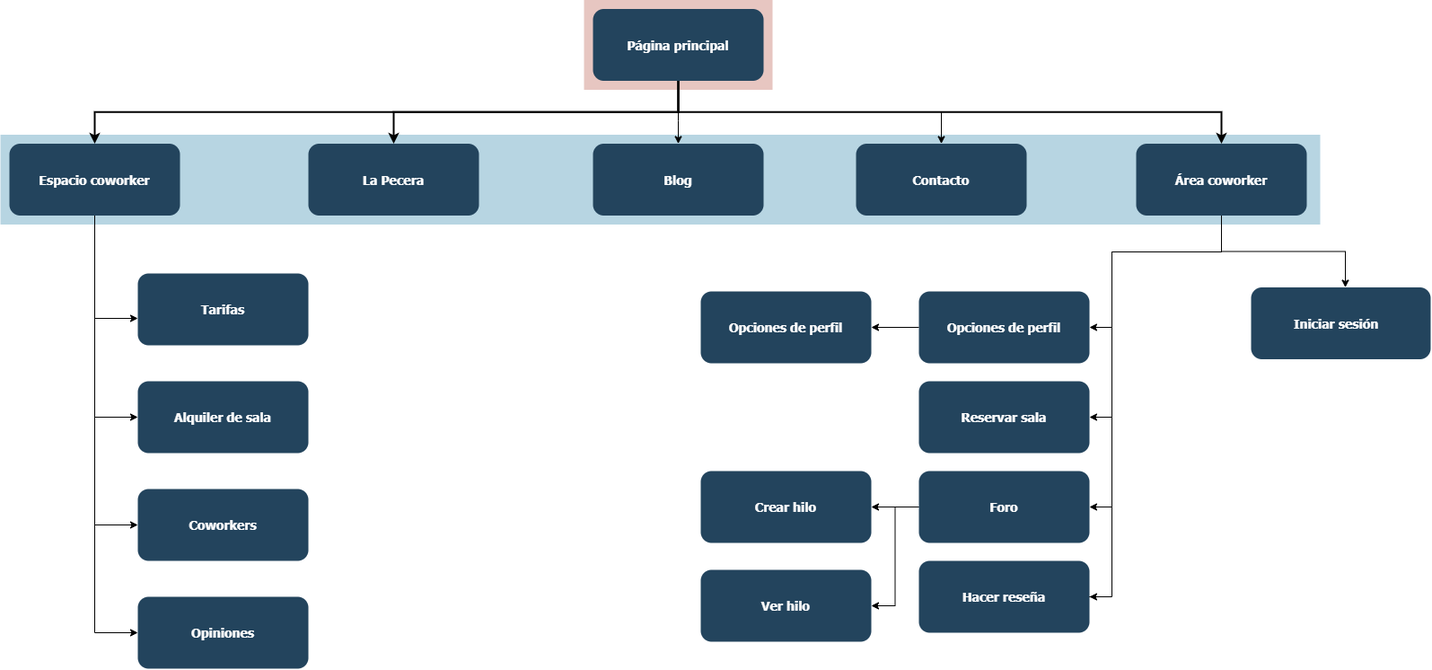
This is img/sitemap.png from mariorodcha/UX-Case-Study-Coworking, a draw.io export, as it was before one commit. Source tidied: cells renumbered, new cells last; positions are measured from the earlier drawing's top-left corner, leaving out a move shared by most shapes. The source it was exported from:
```xml
<mxGraphModel background="#ffffff">
  <root>
    <mxCell id="0" />
    <mxCell id="1" parent="0" />
    <mxCell id="2" style="fillColor=#AE4132;strokeColor=none;opacity=30;" parent="1" vertex="1">
      <mxGeometry x="650" y="-0.5" width="210" height="100" as="geometry" />
    </mxCell>
    <mxCell id="3" style="fillColor=#10739E;strokeColor=none;opacity=30;" parent="1" vertex="1">
      <mxGeometry y="149.5" width="1470" height="100" as="geometry" />
    </mxCell>
    <mxCell id="4" style="edgeStyle=orthogonalEdgeStyle;rounded=0;jettySize=auto;html=1;" parent="1" edge="1" source="6" target="12">
      <mxGeometry relative="1" as="geometry">
        <Array as="points">
          <mxPoint x="755" y="134" />
          <mxPoint x="755" y="134" />
        </Array>
      </mxGeometry>
    </mxCell>
    <mxCell id="5" style="edgeStyle=orthogonalEdgeStyle;rounded=0;jettySize=auto;html=1;" parent="1" edge="1" source="6" target="22">
      <mxGeometry relative="1" as="geometry">
        <Array as="points">
          <mxPoint x="755" y="124" />
          <mxPoint x="1048" y="124" />
        </Array>
      </mxGeometry>
    </mxCell>
    <mxCell id="6" value="Página principal" style="rounded=1;fillColor=#23445D;gradientColor=none;strokeColor=none;fontColor=#FFFFFF;fontStyle=1;fontFamily=Tahoma;fontSize=14;" parent="1" vertex="1">
      <mxGeometry x="660" y="9.5" width="190" height="80" as="geometry" />
    </mxCell>
    <mxCell id="7" style="edgeStyle=orthogonalEdgeStyle;rounded=0;jettySize=auto;html=1;" parent="1" edge="1" source="9" target="10">
      <mxGeometry relative="1" as="geometry" />
    </mxCell>
    <mxCell id="8" style="edgeStyle=orthogonalEdgeStyle;rounded=0;jettySize=auto;html=1;entryX=1;entryY=0.5;entryDx=0;entryDy=0;" parent="1" edge="1" source="9" target="26">
      <mxGeometry relative="1" as="geometry">
        <Array as="points">
          <mxPoint x="1360" y="280" />
          <mxPoint x="1238" y="280" />
          <mxPoint x="1238" y="364" />
        </Array>
      </mxGeometry>
    </mxCell>
    <mxCell id="9" value="Área coworker" style="rounded=1;fillColor=#23445D;gradientColor=none;strokeColor=none;fontColor=#FFFFFF;fontStyle=1;fontFamily=Tahoma;fontSize=14;" parent="1" vertex="1">
      <mxGeometry x="1265" y="159.5" width="190" height="80" as="geometry" />
    </mxCell>
    <mxCell id="10" value="Iniciar sesión" style="rounded=1;fillColor=#23445D;gradientColor=none;strokeColor=none;fontColor=#FFFFFF;fontStyle=1;fontFamily=Tahoma;fontSize=14;" parent="1" vertex="1">
      <mxGeometry x="1403" y="319.5" width="190" height="80" as="geometry" />
    </mxCell>
    <mxCell id="11" style="edgeStyle=elbowEdgeStyle;elbow=vertical;strokeWidth=2;rounded=0;" parent="1" edge="1" source="6" target="9">
      <mxGeometry x="337" y="215.5" as="geometry" />
    </mxCell>
    <mxCell id="12" value="Blog" style="rounded=1;fillColor=#23445D;gradientColor=none;strokeColor=none;fontColor=#FFFFFF;fontStyle=1;fontFamily=Tahoma;fontSize=14;" parent="1" vertex="1">
      <mxGeometry x="660" y="159.5" width="190" height="80" as="geometry" />
    </mxCell>
    <mxCell id="13" value="La Pecera" style="rounded=1;fillColor=#23445D;gradientColor=none;strokeColor=none;fontColor=#FFFFFF;fontStyle=1;fontFamily=Tahoma;fontSize=14;" parent="1" vertex="1">
      <mxGeometry x="343" y="159.5" width="190" height="80" as="geometry" />
    </mxCell>
    <mxCell id="14" style="edgeStyle=orthogonalEdgeStyle;rounded=0;jettySize=auto;html=1;" parent="1" edge="1" source="17" target="19">
      <mxGeometry relative="1" as="geometry">
        <Array as="points">
          <mxPoint x="105" y="354" />
        </Array>
      </mxGeometry>
    </mxCell>
    <mxCell id="15" style="edgeStyle=orthogonalEdgeStyle;rounded=0;jettySize=auto;html=1;" parent="1" edge="1" source="17" target="18">
      <mxGeometry relative="1" as="geometry">
        <Array as="points">
          <mxPoint x="105" y="464" />
        </Array>
      </mxGeometry>
    </mxCell>
    <mxCell id="16" style="edgeStyle=orthogonalEdgeStyle;rounded=0;jettySize=auto;html=1;" parent="1" edge="1" source="17" target="23">
      <mxGeometry relative="1" as="geometry">
        <Array as="points">
          <mxPoint x="105" y="584" />
        </Array>
      </mxGeometry>
    </mxCell>
    <mxCell id="17" value="Espacio coworker" style="rounded=1;fillColor=#23445D;gradientColor=none;strokeColor=none;fontColor=#FFFFFF;fontStyle=1;fontFamily=Tahoma;fontSize=14;" parent="1" vertex="1">
      <mxGeometry x="10" y="159.5" width="190" height="80" as="geometry" />
    </mxCell>
    <mxCell id="18" value="Alquiler de sala" style="rounded=1;fillColor=#23445D;gradientColor=none;strokeColor=none;fontColor=#FFFFFF;fontStyle=1;fontFamily=Tahoma;fontSize=14;" parent="1" vertex="1">
      <mxGeometry x="153" y="424" width="190" height="80" as="geometry" />
    </mxCell>
    <mxCell id="19" value="Tarifas" style="rounded=1;fillColor=#23445D;gradientColor=none;strokeColor=none;fontColor=#FFFFFF;fontStyle=1;fontFamily=Tahoma;fontSize=14;" parent="1" vertex="1">
      <mxGeometry x="153" y="304" width="190" height="80" as="geometry" />
    </mxCell>
    <mxCell id="20" style="edgeStyle=elbowEdgeStyle;elbow=vertical;strokeWidth=2;rounded=0;" parent="1" edge="1" source="6" target="13">
      <mxGeometry x="347" y="225.5" as="geometry" />
    </mxCell>
    <mxCell id="21" style="edgeStyle=elbowEdgeStyle;elbow=vertical;strokeWidth=2;rounded=0;" parent="1" edge="1" source="6" target="17">
      <mxGeometry x="-23" y="135.5" as="geometry" />
    </mxCell>
    <mxCell id="22" value="Contacto" style="rounded=1;fillColor=#23445D;gradientColor=none;strokeColor=none;fontColor=#FFFFFF;fontStyle=1;fontFamily=Tahoma;fontSize=14;" parent="1" vertex="1">
      <mxGeometry x="953" y="159.5" width="190" height="80" as="geometry" />
    </mxCell>
    <mxCell id="23" value="Coworkers" style="rounded=1;fillColor=#23445D;gradientColor=none;strokeColor=none;fontColor=#FFFFFF;fontStyle=1;fontFamily=Tahoma;fontSize=14;" parent="1" vertex="1">
      <mxGeometry x="153" y="544" width="190" height="80" as="geometry" />
    </mxCell>
    <mxCell id="24" value="Iniciar sesión" style="rounded=1;fillColor=#23445D;gradientColor=none;strokeColor=none;fontColor=#FFFFFF;fontStyle=1;fontFamily=Tahoma;fontSize=14;" parent="1" vertex="1">
      <mxGeometry x="1393" y="319.5" width="190" height="80" as="geometry" />
    </mxCell>
    <mxCell id="25" style="edgeStyle=orthogonalEdgeStyle;rounded=0;jettySize=auto;html=1;" parent="1" edge="1" source="26" target="33">
      <mxGeometry relative="1" as="geometry" />
    </mxCell>
    <mxCell id="26" value="Opciones de perfil" style="rounded=1;fillColor=#23445D;gradientColor=none;strokeColor=none;fontColor=#FFFFFF;fontStyle=1;fontFamily=Tahoma;fontSize=14;" parent="1" vertex="1">
      <mxGeometry x="1023" y="324" width="190" height="80" as="geometry" />
    </mxCell>
    <mxCell id="27" style="edgeStyle=orthogonalEdgeStyle;rounded=0;jettySize=auto;html=1;entryX=1;entryY=0.5;entryDx=0;entryDy=0;" parent="1" edge="1" source="9" target="28">
      <mxGeometry relative="1" as="geometry">
        <Array as="points">
          <mxPoint x="1360" y="280" />
          <mxPoint x="1238" y="280" />
          <mxPoint x="1238" y="464" />
        </Array>
      </mxGeometry>
    </mxCell>
    <mxCell id="28" value="Reservar sala" style="rounded=1;fillColor=#23445D;gradientColor=none;strokeColor=none;fontColor=#FFFFFF;fontStyle=1;fontFamily=Tahoma;fontSize=14;" parent="1" vertex="1">
      <mxGeometry x="1023" y="424" width="190" height="80" as="geometry" />
    </mxCell>
    <mxCell id="29" style="edgeStyle=orthogonalEdgeStyle;rounded=0;jettySize=auto;html=1;entryX=1;entryY=0.5;entryDx=0;entryDy=0;" parent="1" edge="1" target="32">
      <mxGeometry relative="1" as="geometry">
        <mxPoint x="1238" y="394" as="sourcePoint" />
        <Array as="points">
          <mxPoint x="1238" y="564" />
        </Array>
      </mxGeometry>
    </mxCell>
    <mxCell id="30" style="edgeStyle=orthogonalEdgeStyle;rounded=0;jettySize=auto;html=1;" parent="1" edge="1" source="32" target="34">
      <mxGeometry relative="1" as="geometry" />
    </mxCell>
    <mxCell id="31" style="edgeStyle=orthogonalEdgeStyle;rounded=0;jettySize=auto;html=1;entryX=1;entryY=0.5;entryDx=0;entryDy=0;" parent="1" edge="1" source="32" target="35">
      <mxGeometry relative="1" as="geometry" />
    </mxCell>
    <mxCell id="32" value="Foro" style="rounded=1;fillColor=#23445D;gradientColor=none;strokeColor=none;fontColor=#FFFFFF;fontStyle=1;fontFamily=Tahoma;fontSize=14;" parent="1" vertex="1">
      <mxGeometry x="1023" y="524" width="190" height="80" as="geometry" />
    </mxCell>
    <mxCell id="33" value="Opciones de perfil" style="rounded=1;fillColor=#23445D;gradientColor=none;strokeColor=none;fontColor=#FFFFFF;fontStyle=1;fontFamily=Tahoma;fontSize=14;" parent="1" vertex="1">
      <mxGeometry x="780" y="324" width="190" height="80" as="geometry" />
    </mxCell>
    <mxCell id="34" value="Crear hilo" style="rounded=1;fillColor=#23445D;gradientColor=none;strokeColor=none;fontColor=#FFFFFF;fontStyle=1;fontFamily=Tahoma;fontSize=14;" parent="1" vertex="1">
      <mxGeometry x="780" y="524" width="190" height="80" as="geometry" />
    </mxCell>
    <mxCell id="35" value="Ver hilo" style="rounded=1;fillColor=#23445D;gradientColor=none;strokeColor=none;fontColor=#FFFFFF;fontStyle=1;fontFamily=Tahoma;fontSize=14;" parent="1" vertex="1">
      <mxGeometry x="780" y="634" width="190" height="80" as="geometry" />
    </mxCell>
    <mxCell id="36" value="Hacer reseña" style="rounded=1;fillColor=#23445D;gradientColor=none;strokeColor=none;fontColor=#FFFFFF;fontStyle=1;fontFamily=Tahoma;fontSize=14;" parent="1" vertex="1">
      <mxGeometry x="1023" y="624" width="190" height="80" as="geometry" />
    </mxCell>
    <mxCell id="37" style="edgeStyle=orthogonalEdgeStyle;rounded=0;orthogonalLoop=1;jettySize=auto;html=1;" parent="1" edge="1">
      <mxGeometry relative="1" as="geometry">
        <mxPoint x="1238" y="394" as="sourcePoint" />
        <mxPoint x="1213" y="664" as="targetPoint" />
        <Array as="points">
          <mxPoint x="1238" y="664" />
          <mxPoint x="1213" y="664" />
        </Array>
      </mxGeometry>
    </mxCell>
    <mxCell id="38" value="Opiniones" style="rounded=1;fillColor=#23445D;gradientColor=none;strokeColor=none;fontColor=#FFFFFF;fontStyle=1;fontFamily=Tahoma;fontSize=14;" parent="1" vertex="1">
      <mxGeometry x="153" y="664" width="190" height="80" as="geometry" />
    </mxCell>
    <mxCell id="39" style="edgeStyle=orthogonalEdgeStyle;rounded=0;jettySize=auto;html=1;entryX=0;entryY=0.5;entryDx=0;entryDy=0;" parent="1" edge="1" source="17" target="38">
      <mxGeometry relative="1" as="geometry">
        <Array as="points">
          <mxPoint x="105" y="704" />
        </Array>
      </mxGeometry>
    </mxCell>
  </root>
</mxGraphModel>
```
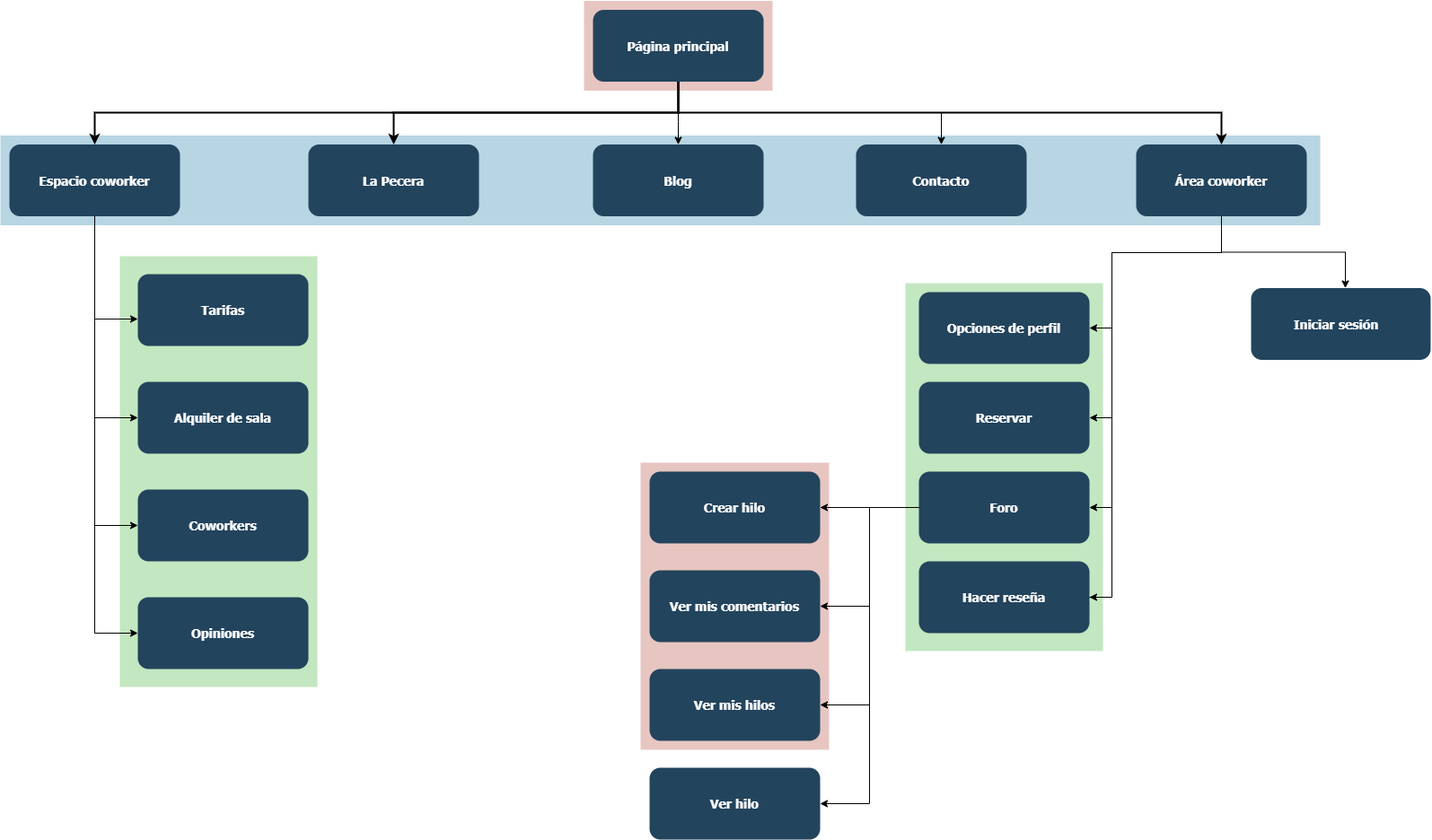
After the change.

What changed in the source:
```diff
@@ -2,6 +2,15 @@
   <root>
     <mxCell id="0" />
     <mxCell id="1" parent="0" />
+    <mxCell id="40" style="fillColor=#37AE2F;strokeColor=none;opacity=30;" parent="1" vertex="1">
+      <mxGeometry x="1008" y="314" width="220" height="410" as="geometry" />
+    </mxCell>
+    <mxCell id="41" style="fillColor=#AE4132;strokeColor=none;opacity=30;" parent="1" vertex="1">
+      <mxGeometry x="713" y="514" width="210" height="320" as="geometry" />
+    </mxCell>
+    <mxCell id="42" style="fillColor=#37AE2F;strokeColor=none;opacity=30;" parent="1" vertex="1">
+      <mxGeometry x="133" y="284" width="220" height="480" as="geometry" />
+    </mxCell>
     <mxCell id="2" style="fillColor=#AE4132;strokeColor=none;opacity=30;" parent="1" vertex="1">
       <mxGeometry x="650" y="-0.5" width="210" height="100" as="geometry" />
     </mxCell>
@@ -99,9 +108,6 @@
     <mxCell id="24" value="Iniciar sesión" style="rounded=1;fillColor=#23445D;gradientColor=none;strokeColor=none;fontColor=#FFFFFF;fontStyle=1;fontFamily=Tahoma;fontSize=14;" parent="1" vertex="1">
       <mxGeometry x="1393" y="319.5" width="190" height="80" as="geometry" />
     </mxCell>
-    <mxCell id="25" style="edgeStyle=orthogonalEdgeStyle;rounded=0;jettySize=auto;html=1;" parent="1" edge="1" source="26" target="33">
-      <mxGeometry relative="1" as="geometry" />
-    </mxCell>
     <mxCell id="26" value="Opciones de perfil" style="rounded=1;fillColor=#23445D;gradientColor=none;strokeColor=none;fontColor=#FFFFFF;fontStyle=1;fontFamily=Tahoma;fontSize=14;" parent="1" vertex="1">
       <mxGeometry x="1023" y="324" width="190" height="80" as="geometry" />
     </mxCell>
@@ -114,7 +120,7 @@
         </Array>
       </mxGeometry>
     </mxCell>
-    <mxCell id="28" value="Reservar sala" style="rounded=1;fillColor=#23445D;gradientColor=none;strokeColor=none;fontColor=#FFFFFF;fontStyle=1;fontFamily=Tahoma;fontSize=14;" parent="1" vertex="1">
+    <mxCell id="28" value="Reservar" style="rounded=1;fillColor=#23445D;gradientColor=none;strokeColor=none;fontColor=#FFFFFF;fontStyle=1;fontFamily=Tahoma;fontSize=14;" parent="1" vertex="1">
       <mxGeometry x="1023" y="424" width="190" height="80" as="geometry" />
     </mxCell>
     <mxCell id="29" style="edgeStyle=orthogonalEdgeStyle;rounded=0;jettySize=auto;html=1;entryX=1;entryY=0.5;entryDx=0;entryDy=0;" parent="1" edge="1" target="32">
@@ -134,14 +140,11 @@
     <mxCell id="32" value="Foro" style="rounded=1;fillColor=#23445D;gradientColor=none;strokeColor=none;fontColor=#FFFFFF;fontStyle=1;fontFamily=Tahoma;fontSize=14;" parent="1" vertex="1">
       <mxGeometry x="1023" y="524" width="190" height="80" as="geometry" />
     </mxCell>
-    <mxCell id="33" value="Opciones de perfil" style="rounded=1;fillColor=#23445D;gradientColor=none;strokeColor=none;fontColor=#FFFFFF;fontStyle=1;fontFamily=Tahoma;fontSize=14;" parent="1" vertex="1">
-      <mxGeometry x="780" y="324" width="190" height="80" as="geometry" />
-    </mxCell>
     <mxCell id="34" value="Crear hilo" style="rounded=1;fillColor=#23445D;gradientColor=none;strokeColor=none;fontColor=#FFFFFF;fontStyle=1;fontFamily=Tahoma;fontSize=14;" parent="1" vertex="1">
-      <mxGeometry x="780" y="524" width="190" height="80" as="geometry" />
+      <mxGeometry x="723" y="524" width="190" height="80" as="geometry" />
     </mxCell>
-    <mxCell id="35" value="Ver hilo" style="rounded=1;fillColor=#23445D;gradientColor=none;strokeColor=none;fontColor=#FFFFFF;fontStyle=1;fontFamily=Tahoma;fontSize=14;" parent="1" vertex="1">
-      <mxGeometry x="780" y="634" width="190" height="80" as="geometry" />
+    <mxCell id="35" value="Ver mis comentarios" style="rounded=1;fillColor=#23445D;gradientColor=none;strokeColor=none;fontColor=#FFFFFF;fontStyle=1;fontFamily=Tahoma;fontSize=14;" parent="1" vertex="1">
+      <mxGeometry x="723" y="634" width="190" height="80" as="geometry" />
     </mxCell>
     <mxCell id="36" value="Hacer reseña" style="rounded=1;fillColor=#23445D;gradientColor=none;strokeColor=none;fontColor=#FFFFFF;fontStyle=1;fontFamily=Tahoma;fontSize=14;" parent="1" vertex="1">
       <mxGeometry x="1023" y="624" width="190" height="80" as="geometry" />
@@ -166,5 +169,17 @@
         </Array>
       </mxGeometry>
     </mxCell>
+    <mxCell id="43" style="edgeStyle=orthogonalEdgeStyle;rounded=0;jettySize=auto;html=1;entryX=1;entryY=0.5;entryDx=0;entryDy=0;exitX=0;exitY=0.5;exitDx=0;exitDy=0;" parent="1" edge="1" source="32" target="44">
+      <mxGeometry relative="1" as="geometry" />
+    </mxCell>
+    <mxCell id="44" value="Ver mis hilos" style="rounded=1;fillColor=#23445D;gradientColor=none;strokeColor=none;fontColor=#FFFFFF;fontStyle=1;fontFamily=Tahoma;fontSize=14;" parent="1" vertex="1">
+      <mxGeometry x="723" y="744" width="190" height="80" as="geometry" />
+    </mxCell>
+    <mxCell id="45" style="edgeStyle=orthogonalEdgeStyle;rounded=0;jettySize=auto;html=1;entryX=1;entryY=0.5;entryDx=0;entryDy=0;exitX=0;exitY=0.5;exitDx=0;exitDy=0;" parent="1" edge="1" source="32" target="46">
+      <mxGeometry relative="1" as="geometry" />
+    </mxCell>
+    <mxCell id="46" value="Ver hilo" style="rounded=1;fillColor=#23445D;gradientColor=none;strokeColor=none;fontColor=#FFFFFF;fontStyle=1;fontFamily=Tahoma;fontSize=14;" parent="1" vertex="1">
+      <mxGeometry x="723" y="854" width="190" height="80" as="geometry" />
+    </mxCell>
   </root>
 </mxGraphModel>
```
